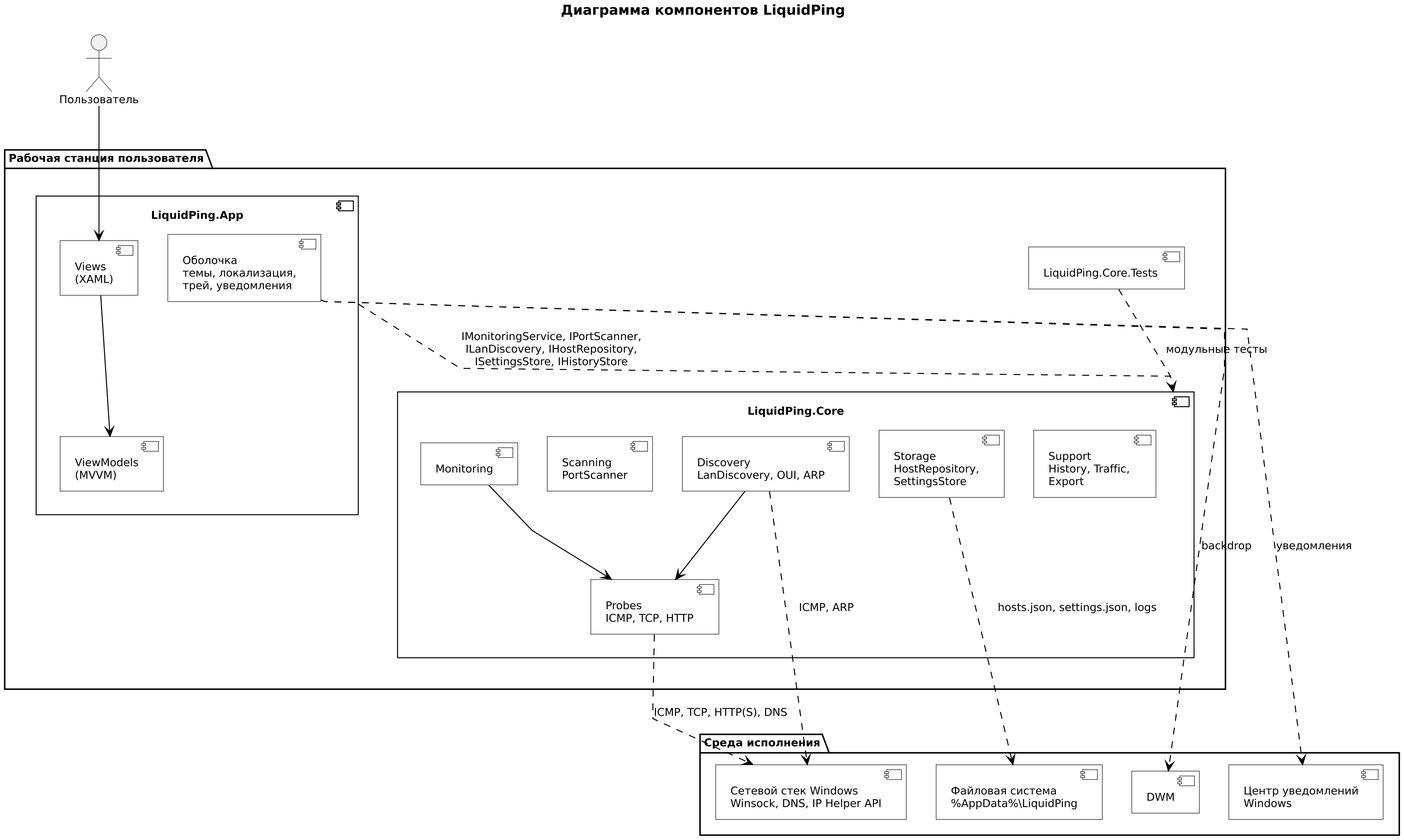
This is docs/uml/img/component-overview.png from Levandovskii/liquid-ping, a PlantUML export, as it was before one commit. Its source is kept beside it as docs/uml/src/component-overview.puml.
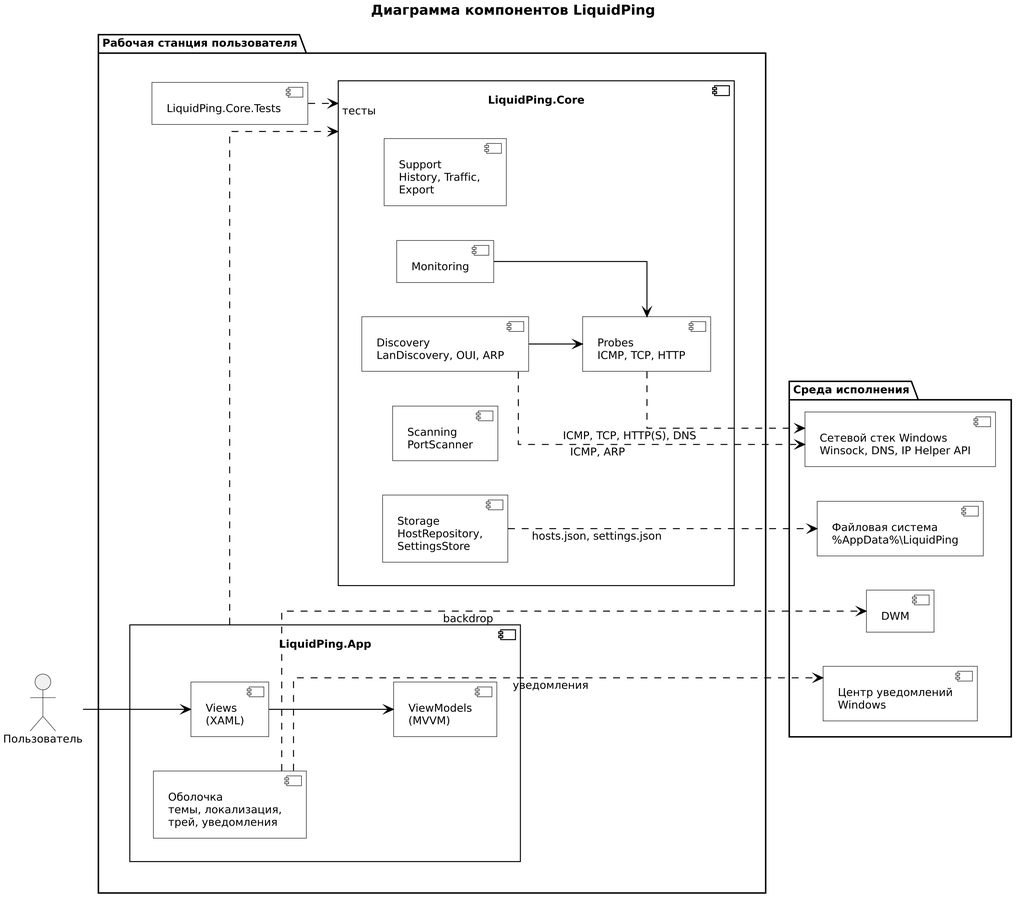
Above is the later version.

The edit, as a diff of the source:
```diff
@@ -1,10 +1,12 @@
 @startuml
+set separator none
+left to right direction
 skinparam monochrome false
 skinparam shadowing false
 skinparam componentStyle uml2
 skinparam defaultFontName "DejaVu Sans"
 skinparam defaultFontSize 11
-skinparam nodesep 30
+skinparam nodesep 35
 skinparam ranksep 55
 skinparam ArrowColor #000000
 skinparam componentBackgroundColor #FFFFFF
@@ -12,17 +14,13 @@
 skinparam componentFontColor #000000
 skinparam packageBackgroundColor #FFFFFF
 skinparam packageBorderColor #000000
-skinparam noteBackgroundColor #FFFFFF
-skinparam noteBorderColor #000000
+skinparam linetype ortho
 skinparam roundCorner 0
-skinparam linetype polyline
 hide stereotype
 
-top to bottom direction
 title Диаграмма компонентов LiquidPing
 
 package "Рабочая станция пользователя" {
-
   component "LiquidPing.App" as App {
     component "Views\n(XAML)" as Views
     component "ViewModels\n(MVVM)" as ViewModels
@@ -51,17 +49,15 @@
 actor "Пользователь" as User
 
 User --> Views
+App ..> Core
+Tests ..> Core : тесты
+
 Views --> ViewModels
-
-App ..> Core : IMonitoringService, IPortScanner,\nILanDiscovery, IHostRepository,\nISettingsStore, IHistoryStore
-
 Monitoring --> Probes
 Discovery --> Probes
-Storage ..> FileSystem : hosts.json, settings.json, logs
+Shell ..> Dwm : backdrop
+Shell ..> Toast : уведомления
 Probes ..> NetStack : ICMP, TCP, HTTP(S), DNS
 Discovery ..> NetStack : ICMP, ARP
-Shell ..> Dwm : backdrop
-Shell ..> Toast : уведомления
-Tests ..> Core : модульные тесты
-
+Storage ..> FileSystem : hosts.json, settings.json
 @enduml
```
